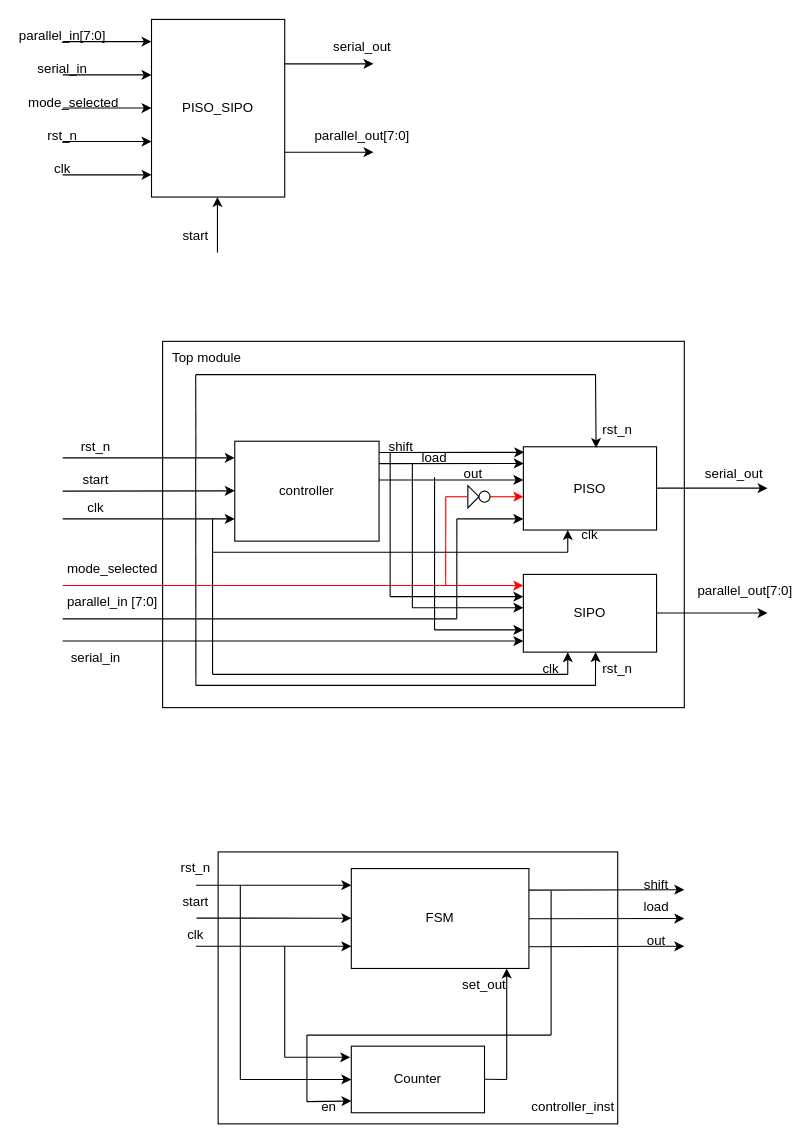
The draw.io diagram page "PISO_SIPO High level block" (1 of 2) of Untitled Diagram.drawio in 106210049/SIPO_PISO, before the edit. Source tidied: cells renumbered, new cells numbered last; positions are measured from the earlier drawing's top-left corner, leaving out a move shared by most shapes. Both pictures are drawn from the tidied source at 111%, with x=0, y=0 at pixel (29, 19).
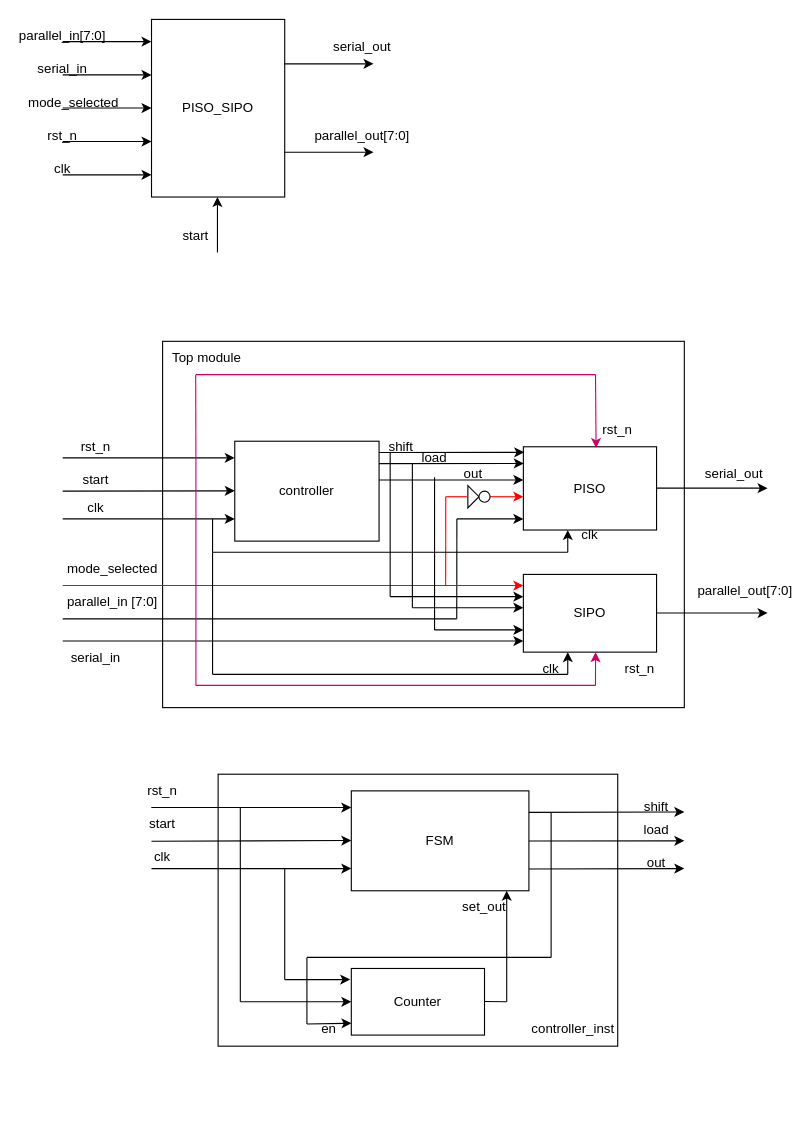
Above is the later version.

The change refers to these unchanged cells:
```xml
<mxCell id="28" value="SIPO" style="rounded=0;whiteSpace=wrap;html=1;" parent="1" vertex="1">
  <mxGeometry x="445" y="500" width="120" height="70" as="geometry" />
</mxCell>
<mxCell id="29" value="PISO" style="rounded=0;whiteSpace=wrap;html=1;" parent="1" vertex="1">
  <mxGeometry x="445" y="385" width="120" height="75" as="geometry" />
</mxCell>
```

Diff of the diagram source:
```diff
@@
     <mxCell id="3" style="rounded=0;whiteSpace=wrap;html=1;" parent="1" vertex="1">
-      <mxGeometry x="170" y="750" width="360" height="245" as="geometry" />
+      <mxGeometry x="170" y="680" width="360" height="245" as="geometry" />
     </mxCell>
@@
     <mxCell id="61" value="FSM" style="rounded=0;whiteSpace=wrap;html=1;" parent="1" vertex="1">
-      <mxGeometry x="290" y="765" width="160" height="90" as="geometry" />
+      <mxGeometry x="290" y="695" width="160" height="90" as="geometry" />
     </mxCell>
     <mxCell id="62" value="Counter" style="rounded=0;whiteSpace=wrap;html=1;" parent="1" vertex="1">
-      <mxGeometry x="290" y="925" width="120" height="60" as="geometry" />
+      <mxGeometry x="290" y="855" width="120" height="60" as="geometry" />
     </mxCell>
-    <mxCell id="63" style="endArrow=classic;html=1;rounded=0;" parent="1" edge="1">
+    <mxCell id="63" style="endArrow=classic;html=1;rounded=0;exitX=0.33;exitY=0.001;exitDx=0;exitDy=0;exitPerimeter=0;" parent="1" edge="1" source="69">
       <mxGeometry relative="1" as="geometry">
-        <mxPoint x="150" y="780" as="sourcePoint" />
-        <mxPoint x="290" y="780" as="targetPoint" />
+        <mxPoint x="290" y="710" as="targetPoint" />
       </mxGeometry>
     </mxCell>
     <mxCell id="64" value="rst_n" style="text;strokeColor=none;align=center;fillColor=none;html=1;verticalAlign=middle;whiteSpace=wrap;rounded=0;" parent="1" vertex="1">
-      <mxGeometry x="120" y="750" width="60" height="30" as="geometry" />
+      <mxGeometry x="90" y="680" width="60" height="30" as="geometry" />
     </mxCell>
-    <mxCell id="65" style="endArrow=classic;html=1;rounded=0;exitX=0.009;exitY=0.82;exitDx=0;exitDy=0;exitPerimeter=0;" parent="1" edge="1">
+    <mxCell id="65" style="endArrow=classic;html=1;rounded=0;exitX=0.333;exitY=0.014;exitDx=0;exitDy=0;exitPerimeter=0;" parent="1" edge="1" source="70">
       <mxGeometry relative="1" as="geometry">
-        <mxPoint x="150.5" y="809.6" as="sourcePoint" />
-        <mxPoint x="290" y="809.7" as="targetPoint" />
+        <mxPoint x="290" y="739.7" as="targetPoint" />
       </mxGeometry>
     </mxCell>
     <mxCell id="66" style="endArrow=classic;html=1;rounded=0;" parent="1" edge="1">
       <mxGeometry relative="1" as="geometry">
-        <mxPoint x="150" y="835" as="sourcePoint" />
-        <mxPoint x="290" y="835" as="targetPoint" />
+        <mxPoint x="110" y="765" as="sourcePoint" />
+        <mxPoint x="290" y="765" as="targetPoint" />
       </mxGeometry>
     </mxCell>
     <mxCell id="67" style="endArrow=none;html=1;rounded=0;" parent="1" edge="1">
       <mxGeometry relative="1" as="geometry">
-        <mxPoint x="230" y="935" as="sourcePoint" />
-        <mxPoint x="230" y="835" as="targetPoint" />
+        <mxPoint x="230" y="865" as="sourcePoint" />
+        <mxPoint x="230" y="765" as="targetPoint" />
       </mxGeometry>
     </mxCell>
     <mxCell id="68" style="endArrow=classic;html=1;rounded=0;" parent="1" edge="1">
       <mxGeometry relative="1" as="geometry">
-        <mxPoint x="230" y="935" as="sourcePoint" />
-        <mxPoint x="289" y="935" as="targetPoint" />
+        <mxPoint x="230" y="865" as="sourcePoint" />
+        <mxPoint x="289" y="865" as="targetPoint" />
       </mxGeometry>
     </mxCell>
     <mxCell id="69" value="start" style="text;strokeColor=none;align=center;fillColor=none;html=1;verticalAlign=middle;whiteSpace=wrap;rounded=0;" parent="1" vertex="1">
-      <mxGeometry x="120" y="780" width="60" height="30" as="geometry" />
+      <mxGeometry x="90" y="710" width="60" height="30" as="geometry" />
     </mxCell>
     <mxCell id="70" value="clk" style="text;strokeColor=none;align=center;fillColor=none;html=1;verticalAlign=middle;whiteSpace=wrap;rounded=0;" parent="1" vertex="1">
-      <mxGeometry x="120" y="810" width="60" height="30" as="geometry" />
+      <mxGeometry x="90" y="740" width="60" height="30" as="geometry" />
     </mxCell>
     <mxCell id="71" style="endArrow=none;html=1;rounded=0;" parent="1" edge="1">
       <mxGeometry relative="1" as="geometry">
-        <mxPoint x="190" y="955" as="sourcePoint" />
-        <mxPoint x="190" y="780" as="targetPoint" />
+        <mxPoint x="190" y="885" as="sourcePoint" />
+        <mxPoint x="190" y="710" as="targetPoint" />
       </mxGeometry>
     </mxCell>
     <mxCell id="72" style="endArrow=classic;html=1;rounded=0;entryX=0;entryY=0.5;entryDx=0;entryDy=0;" parent="1" edge="1" target="62">
       <mxGeometry relative="1" as="geometry">
-        <mxPoint x="190" y="955" as="sourcePoint" />
+        <mxPoint x="190" y="885" as="sourcePoint" />
       </mxGeometry>
     </mxCell>
     <mxCell id="73" style="endArrow=classic;html=1;rounded=0;" parent="1" edge="1">
       <mxGeometry relative="1" as="geometry">
-        <mxPoint x="450" y="784.4" as="sourcePoint" />
-        <mxPoint x="590" y="784" as="targetPoint" />
+        <mxPoint x="450" y="714.4" as="sourcePoint" />
+        <mxPoint x="590" y="714" as="targetPoint" />
       </mxGeometry>
     </mxCell>
     <mxCell id="74" style="endArrow=classic;html=1;rounded=0;" parent="1" edge="1">
       <mxGeometry relative="1" as="geometry">
-        <mxPoint x="450" y="810.2" as="sourcePoint" />
-        <mxPoint x="590" y="810" as="targetPoint" />
+        <mxPoint x="450" y="740.2" as="sourcePoint" />
+        <mxPoint x="590" y="740" as="targetPoint" />
       </mxGeometry>
     </mxCell>
     <mxCell id="75" style="endArrow=classic;html=1;rounded=0;" parent="1" edge="1">
       <mxGeometry relative="1" as="geometry">
-        <mxPoint x="450" y="835.4" as="sourcePoint" />
-        <mxPoint x="590" y="835" as="targetPoint" />
+        <mxPoint x="450" y="765.4" as="sourcePoint" />
+        <mxPoint x="590" y="765" as="targetPoint" />
       </mxGeometry>
     </mxCell>
     <mxCell id="76" value="shift" style="text;strokeColor=none;align=center;fillColor=none;html=1;verticalAlign=middle;whiteSpace=wrap;rounded=0;" parent="1" vertex="1">
-      <mxGeometry x="535" y="765" width="60" height="30" as="geometry" />
+      <mxGeometry x="535" y="695" width="60" height="30" as="geometry" />
     </mxCell>
     <mxCell id="77" value="load" style="text;strokeColor=none;align=center;fillColor=none;html=1;verticalAlign=middle;whiteSpace=wrap;rounded=0;" parent="1" vertex="1">
-      <mxGeometry x="535" y="785" width="60" height="30" as="geometry" />
+      <mxGeometry x="535" y="715" width="60" height="30" as="geometry" />
     </mxCell>
     <mxCell id="78" value="out" style="text;strokeColor=none;align=center;fillColor=none;html=1;verticalAlign=middle;whiteSpace=wrap;rounded=0;" parent="1" vertex="1">
-      <mxGeometry x="535" y="815" width="60" height="30" as="geometry" />
+      <mxGeometry x="535" y="745" width="60" height="30" as="geometry" />
     </mxCell>
     <mxCell id="79" style="endArrow=none;html=1;rounded=0;" parent="1" edge="1">
       <mxGeometry relative="1" as="geometry">
-        <mxPoint x="470" y="915" as="sourcePoint" />
-        <mxPoint x="470" y="785" as="targetPoint" />
+        <mxPoint x="470" y="845" as="sourcePoint" />
+        <mxPoint x="470" y="715" as="targetPoint" />
       </mxGeometry>
     </mxCell>
     <mxCell id="80" style="endArrow=none;html=1;rounded=0;" parent="1" edge="1">
       <mxGeometry relative="1" as="geometry">
-        <mxPoint x="250" y="915" as="sourcePoint" />
-        <mxPoint x="470" y="915" as="targetPoint" />
+        <mxPoint x="250" y="845" as="sourcePoint" />
+        <mxPoint x="470" y="845" as="targetPoint" />
       </mxGeometry>
     </mxCell>
     <mxCell id="81" style="endArrow=none;html=1;rounded=0;" parent="1" edge="1">
       <mxGeometry relative="1" as="geometry">
-        <mxPoint x="250" y="975" as="sourcePoint" />
-        <mxPoint x="250" y="915" as="targetPoint" />
+        <mxPoint x="250" y="905" as="sourcePoint" />
+        <mxPoint x="250" y="845" as="targetPoint" />
       </mxGeometry>
     </mxCell>
     <mxCell id="82" style="endArrow=classic;html=1;rounded=0;entryX=0.001;entryY=0.823;entryDx=0;entryDy=0;entryPerimeter=0;" parent="1" edge="1" target="62">
       <mxGeometry relative="1" as="geometry">
-        <mxPoint x="250" y="975" as="sourcePoint" />
+        <mxPoint x="250" y="905" as="sourcePoint" />
       </mxGeometry>
     </mxCell>
     <mxCell id="83" value="en" style="text;strokeColor=none;align=center;fillColor=none;html=1;verticalAlign=middle;whiteSpace=wrap;rounded=0;" parent="1" vertex="1">
-      <mxGeometry x="240" y="965" width="60" height="30" as="geometry" />
+      <mxGeometry x="240" y="895" width="60" height="30" as="geometry" />
     </mxCell>
     <mxCell id="84" style="endArrow=none;html=1;rounded=0;" parent="1" edge="1">
       <mxGeometry relative="1" as="geometry">
-        <mxPoint x="410" y="954.8" as="sourcePoint" />
-        <mxPoint x="430" y="955" as="targetPoint" />
+        <mxPoint x="410" y="884.8" as="sourcePoint" />
+        <mxPoint x="430" y="885" as="targetPoint" />
       </mxGeometry>
     </mxCell>
     <mxCell id="85" style="endArrow=classic;html=1;rounded=0;entryX=0.875;entryY=1;entryDx=0;entryDy=0;entryPerimeter=0;" parent="1" edge="1" target="61">
       <mxGeometry relative="1" as="geometry">
-        <mxPoint x="430" y="955" as="sourcePoint" />
+        <mxPoint x="430" y="885" as="sourcePoint" />
       </mxGeometry>
     </mxCell>
     <mxCell id="86" value="set_out" style="text;strokeColor=none;align=center;fillColor=none;html=1;verticalAlign=middle;whiteSpace=wrap;rounded=0;" parent="1" vertex="1">
-      <mxGeometry x="380" y="855" width="60" height="30" as="geometry" />
+      <mxGeometry x="380" y="785" width="60" height="30" as="geometry" />
     </mxCell>
     <mxCell id="87" value="controller_inst" style="text;strokeColor=none;align=center;fillColor=none;html=1;verticalAlign=middle;whiteSpace=wrap;rounded=0;" parent="1" vertex="1">
-      <mxGeometry x="460" y="965" width="60" height="30" as="geometry" />
+      <mxGeometry x="460" y="895" width="60" height="30" as="geometry" />
     </mxCell>
@@
-    <mxCell id="96" style="endArrow=none;html=1;rounded=0;" parent="1" edge="1">
+    <mxCell id="96" style="endArrow=none;html=1;rounded=0;strokeColor=#CC0066;" parent="1" edge="1">
       <mxGeometry relative="1" as="geometry">
         <mxPoint x="150" y="395" as="sourcePoint" />
         <mxPoint x="149.8" y="320" as="targetPoint" />
       </mxGeometry>
     </mxCell>
-    <mxCell id="97" style="endArrow=none;html=1;rounded=0;" parent="1" edge="1">
+    <mxCell id="97" style="endArrow=none;html=1;rounded=0;strokeColor=#CC0066;" parent="1" edge="1">
       <mxGeometry relative="1" as="geometry">
         <mxPoint x="150" y="320" as="sourcePoint" />
         <mxPoint x="510" y="320" as="targetPoint" />
       </mxGeometry>
     </mxCell>
-    <mxCell id="98" style="endArrow=classic;html=1;rounded=0;entryX=0.546;entryY=0.015;entryDx=0;entryDy=0;entryPerimeter=0;" parent="1" edge="1" target="29">
+    <mxCell id="98" style="endArrow=classic;html=1;rounded=0;entryX=0.546;entryY=0.015;entryDx=0;entryDy=0;entryPerimeter=0;strokeColor=#CC0066;" parent="1" edge="1" target="29">
       <mxGeometry relative="1" as="geometry">
         <mxPoint x="510" y="320" as="sourcePoint" />
       </mxGeometry>
     </mxCell>
@@
-    <mxCell id="100" style="endArrow=none;html=1;rounded=0;" parent="1" edge="1">
+    <mxCell id="100" style="endArrow=none;html=1;rounded=0;strokeColor=#CC0066;" parent="1" edge="1">
       <mxGeometry relative="1" as="geometry">
         <mxPoint x="150" y="600" as="sourcePoint" />
-        <mxPoint x="149.8" y="395" as="targetPoint" />
+        <mxPoint x="150" y="395" as="targetPoint" />
       </mxGeometry>
     </mxCell>
-    <mxCell id="101" style="endArrow=none;html=1;rounded=0;" parent="1" edge="1">
+    <mxCell id="101" style="endArrow=none;html=1;rounded=0;strokeColor=#CC0066;" parent="1" edge="1">
       <mxGeometry relative="1" as="geometry">
         <mxPoint x="150" y="600" as="sourcePoint" />
         <mxPoint x="510" y="600" as="targetPoint" />
       </mxGeometry>
     </mxCell>
-    <mxCell id="102" style="endArrow=classic;html=1;rounded=0;entryX=0.542;entryY=1;entryDx=0;entryDy=0;entryPerimeter=0;" parent="1" edge="1" target="28">
+    <mxCell id="102" style="endArrow=classic;html=1;rounded=0;entryX=0.542;entryY=1;entryDx=0;entryDy=0;entryPerimeter=0;strokeColor=#CC0066;" parent="1" edge="1" target="28">
       <mxGeometry relative="1" as="geometry">
         <mxPoint x="510" y="600" as="sourcePoint" />
       </mxGeometry>
     </mxCell>
     <mxCell id="103" value="rst_n" style="text;strokeColor=none;align=center;fillColor=none;html=1;verticalAlign=middle;whiteSpace=wrap;rounded=0;" parent="1" vertex="1">
-      <mxGeometry x="500" y="570" width="60" height="30" as="geometry" />
+      <mxGeometry x="520" y="570" width="60" height="30" as="geometry" />
     </mxCell>
```
